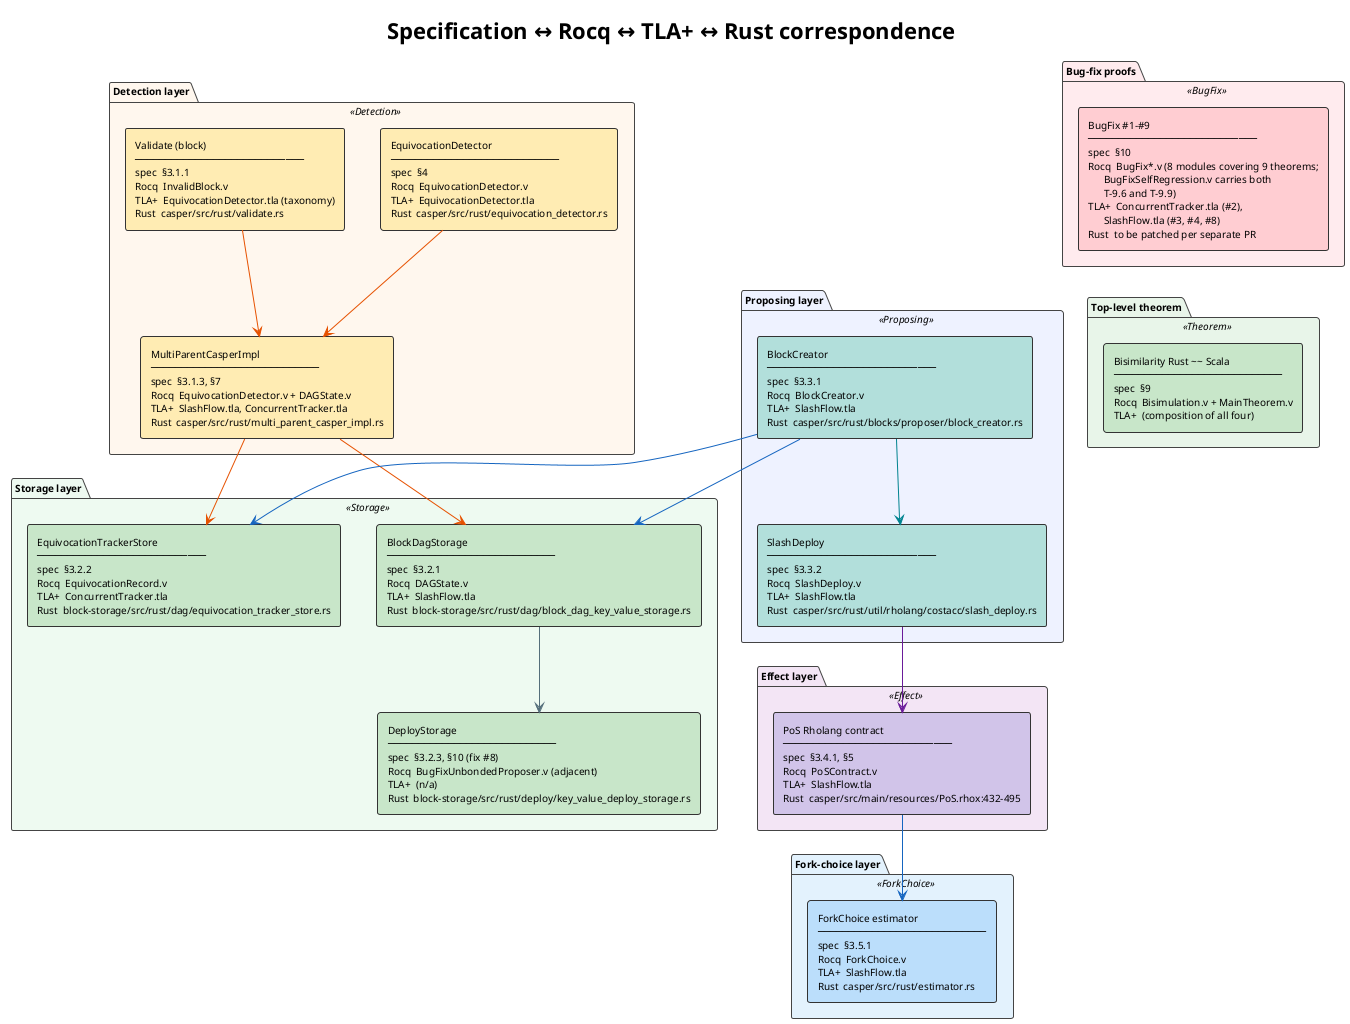
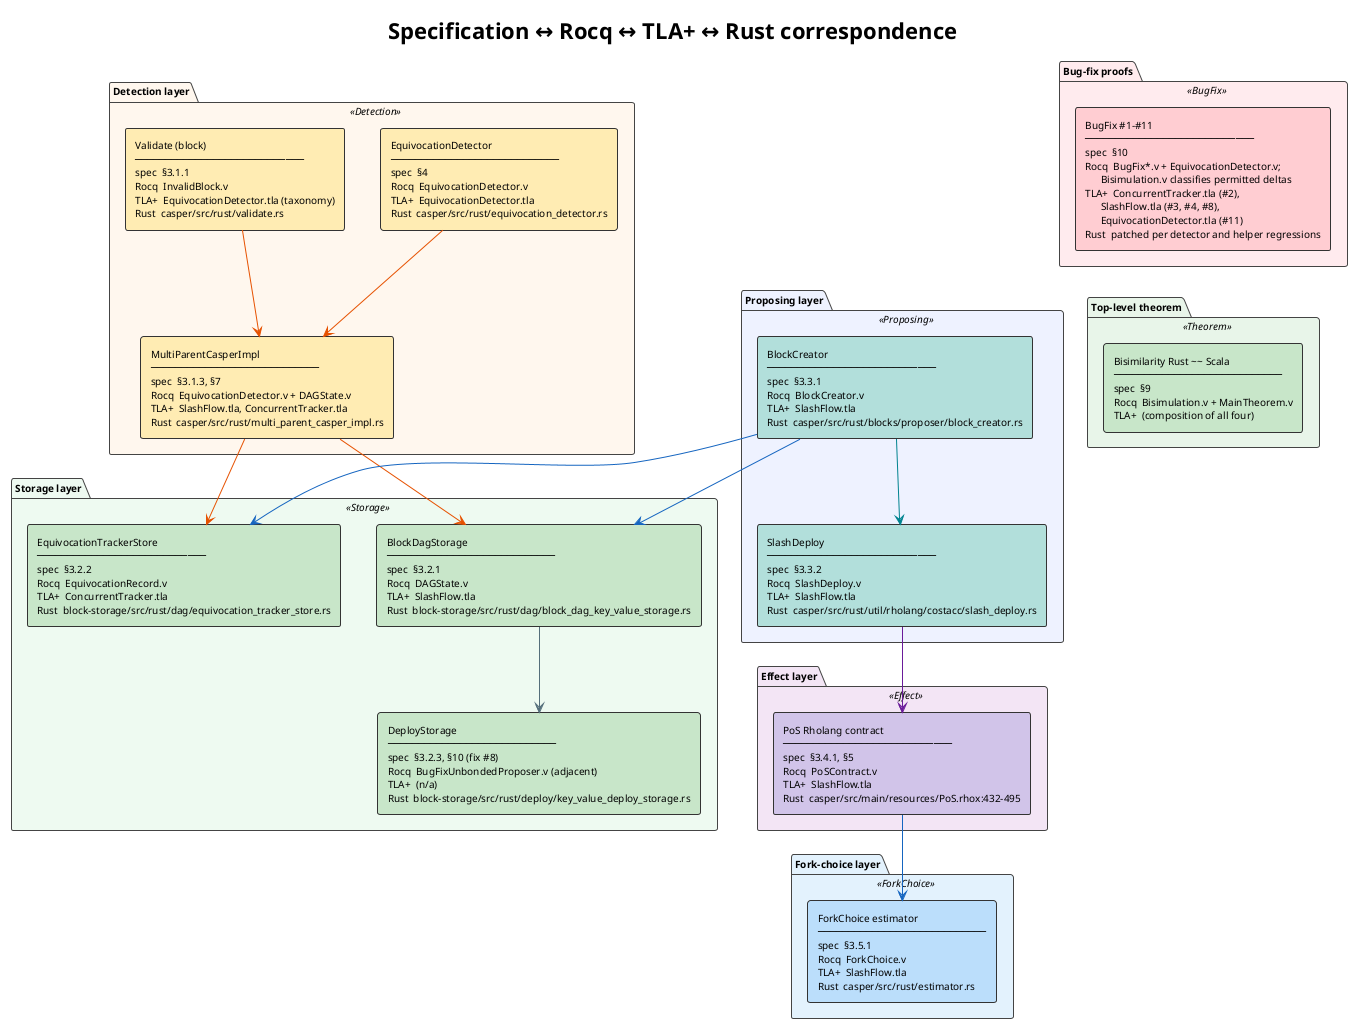
' Component Diagram 10 — Specification ↔ Rocq ↔ TLA+ ↔ Rust correspondence.
'
' Each box is a slashing-subsystem component, annotated with:
'   - the spec section that describes it,
'   - the Rocq module that mechanizes it,
'   - the TLA+ module that model-checks it,
'   - the Rust file that implements it.
'
' Source of truth for Figure 11.1 in slashing-specification.md, mirroring
' the cost-accounting verification doc §11.2 traceability table style.
'
' Render:
'   plantuml -tsvg docs/theory/slashing/diagrams/10-component-formal-correspondence.puml

@startuml 10-component-formal-correspondence
!theme plain

skinparam componentStyle rectangle
skinparam component {
  BackgroundColor #FFFFFF
  BorderColor     #333333
}
skinparam package {
  BackgroundColor<<Detection>>  #FFF7EE
  BackgroundColor<<Storage>>    #EEFAF1
  BackgroundColor<<Proposing>>  #EEF2FF
  BackgroundColor<<Effect>>     #F3E5F5
  BackgroundColor<<ForkChoice>> #E3F2FD
  BackgroundColor<<BugFix>>     #FFEBEE
  BackgroundColor<<Theorem>>    #E8F5E9
  BorderColor #444444
}
skinparam defaultFontName "monospace"
skinparam defaultFontSize 10

title Specification ↔ Rocq ↔ TLA+ ↔ Rust correspondence

' Scope note: this diagram lists the formal-correspondence-bearing
' components — those with proofs in Rocq and/or models in TLA+.
' The architecture-only artifacts (SystemDeployUtil, Bond map data
' artifact, Coop vault data artifact) are present in Diagram 01 but
' omitted here because they have no separate formal counterpart;
' they are exercised indirectly through SlashDeploy and PoS Rholang.
'
' Layer color legend (matches Diagram 01):
'   detection layer  = warm peach   (#FFF7EE)
'   storage layer    = mint         (#EEFAF1)
'   proposing layer  = lavender     (#EEF2FF)
'   effect layer     = violet       (#F3E5F5)
'   fork-choice      = sky blue     (#E3F2FD)
'   bug-fix box      = soft red     (#FFEBEE)
'   top theorem      = soft green   (#E8F5E9)
'
' Edge color legend:
'   orange (#E65100) = detection / record-creation message
'   blue   (#1565C0) = read query
'   teal   (#00838F) = inter-component message
'   purple (#6A1B9A) = Rholang invocation

package "Detection layer" <<Detection>> {
  component "EquivocationDetector\n────────────────────────────\nspec  §4\nRocq  EquivocationDetector.v\nTLA+  EquivocationDetector.tla\nRust  casper/src/rust/equivocation_detector.rs"  as D #FFECB3
  component "Validate (block)\n────────────────────────────\nspec  §3.1.1\nRocq  InvalidBlock.v\nTLA+  EquivocationDetector.tla (taxonomy)\nRust  casper/src/rust/validate.rs"  as V #FFECB3
  component "MultiParentCasperImpl\n────────────────────────────\nspec  §3.1.3, §7\nRocq  EquivocationDetector.v + DAGState.v\nTLA+  SlashFlow.tla, ConcurrentTracker.tla\nRust  casper/src/rust/multi_parent_casper_impl.rs"  as C #FFECB3
}

package "Storage layer" <<Storage>> {
  component "BlockDagStorage\n────────────────────────────\nspec  §3.2.1\nRocq  DAGState.v\nTLA+  SlashFlow.tla\nRust  block-storage/src/rust/dag/block_dag_key_value_storage.rs"  as DS #C8E6C9
  component "EquivocationTrackerStore\n────────────────────────────\nspec  §3.2.2\nRocq  EquivocationRecord.v\nTLA+  ConcurrentTracker.tla\nRust  block-storage/src/rust/dag/equivocation_tracker_store.rs"  as Tk #C8E6C9
  component "DeployStorage\n────────────────────────────\nspec  §3.2.3, §10 (fix #8)\nRocq  BugFixUnbondedProposer.v (adjacent)\nTLA+  (n/a)\nRust  block-storage/src/rust/deploy/key_value_deploy_storage.rs"  as DepS #C8E6C9
}

package "Proposing layer" <<Proposing>> {
  component "BlockCreator\n────────────────────────────\nspec  §3.3.1\nRocq  BlockCreator.v\nTLA+  SlashFlow.tla\nRust  casper/src/rust/blocks/proposer/block_creator.rs"  as BC #B2DFDB
  component "SlashDeploy\n────────────────────────────\nspec  §3.3.2\nRocq  SlashDeploy.v\nTLA+  SlashFlow.tla\nRust  casper/src/rust/util/rholang/costacc/slash_deploy.rs"  as SD #B2DFDB
}

package "Effect layer" <<Effect>> {
  component "PoS Rholang contract\n────────────────────────────\nspec  §3.4.1, §5\nRocq  PoSContract.v\nTLA+  SlashFlow.tla\nRust  casper/src/main/resources/PoS.rhox:432-495"  as PoS #D1C4E9
}

package "Fork-choice layer" <<ForkChoice>> {
  component "ForkChoice estimator\n────────────────────────────\nspec  §3.5.1\nRocq  ForkChoice.v\nTLA+  SlashFlow.tla\nRust  casper/src/rust/estimator.rs"  as FC #BBDEFB
}

package "Bug-fix proofs" <<BugFix>> {
-   component "BugFix #1–#9\n────────────────────────────\nspec  §10\nRocq  BugFix*.v (8 modules covering 9 theorems;\n      BugFixSelfRegression.v carries both\n      T-9.6 and T-9.9)\nTLA+  ConcurrentTracker.tla (#2),\n      SlashFlow.tla (#3, #4, #8)\nRust  to be patched per separate PR"  as BF #FFCDD2
+   component "BugFix #1–#11\n────────────────────────────\nspec  §10\nRocq  BugFix*.v + EquivocationDetector.v;\n      Bisimulation.v classifies permitted deltas\nTLA+  ConcurrentTracker.tla (#2),\n      SlashFlow.tla (#3, #4, #8),\n      EquivocationDetector.tla (#11)\nRust  patched per detector and helper regressions"  as BF #FFCDD2
}

package "Top-level theorem" <<Theorem>> {
  component "Bisimilarity Rust ~~ Scala\n────────────────────────────\nspec  §9\nRocq  Bisimulation.v + MainTheorem.v\nTLA+  (composition of all four)"  as BIS #C8E6C9
}

V -[#E65100]-> C
D -[#E65100]-> C
C -[#E65100]-> DS
C -[#E65100]-> Tk
DS -[#546E7A]-> DepS
BC -[#1565C0]-> DS
BC -[#1565C0]-> Tk
BC -[#00838F]-> SD
SD -[#6A1B9A]-> PoS
PoS -[#1565C0]-> FC

BF -[hidden]-> BIS

@enduml
